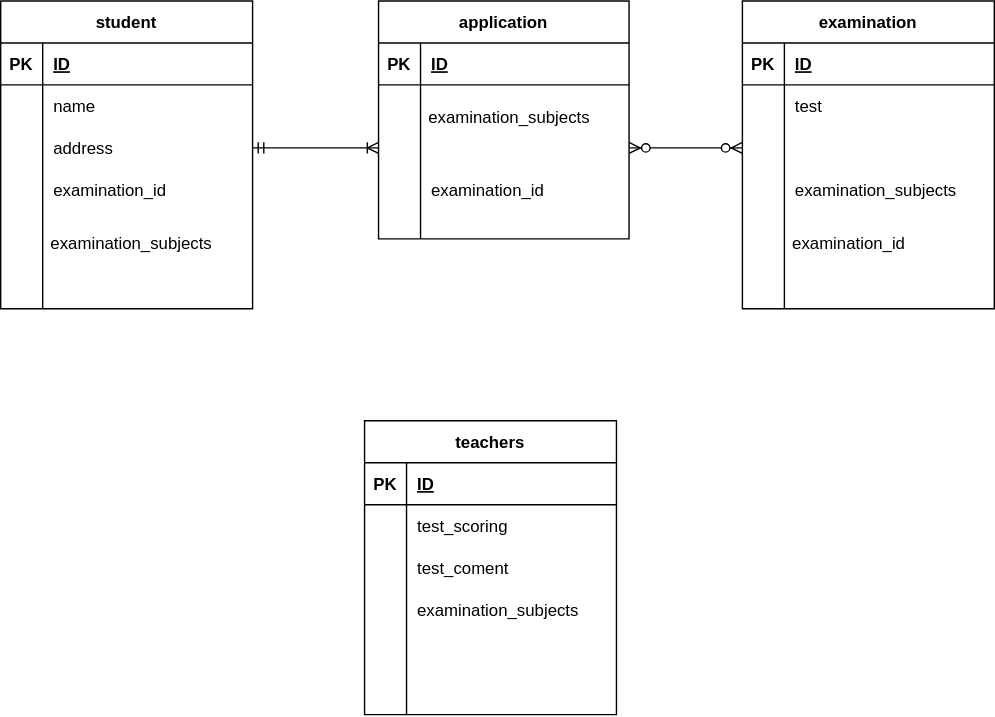
This is index.drawio.svg from kayo57/20210925hirayama, a draw.io export, as it was before one commit. Source tidied: cells renumbered, new cells last; positions are measured from the earlier drawing's top-left corner, leaving out a move shared by most shapes.
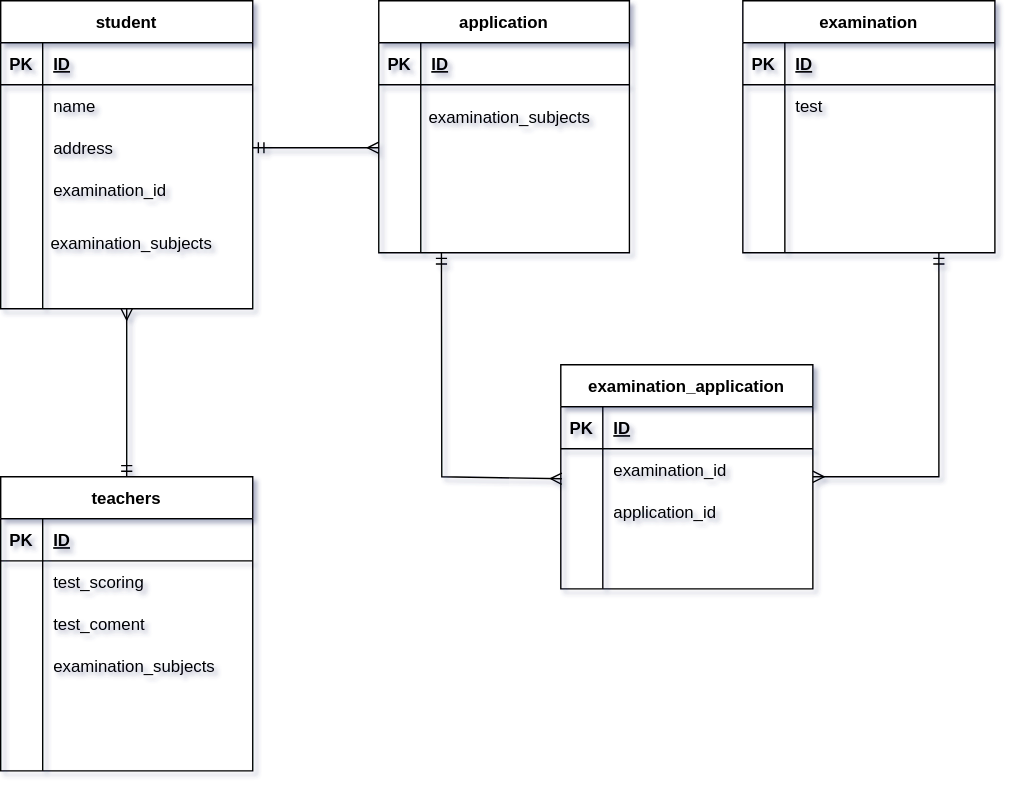
After the commit.

Diff of the diagram source:
```diff
@@ -1,4 +1,4 @@
-<mxGraphModel>
+<mxGraphModel shadow="1">
   <root>
     <mxCell id="0" />
     <mxCell id="1" parent="0" />
@@ -8,6 +8,9 @@
         <mxPoint x="442.5" y="145" as="targetPoint" />
       </mxGeometry>
     </mxCell>
+    <mxCell id="61" style="edgeStyle=none;rounded=0;jettySize=auto;html=1;exitX=0.5;exitY=1;exitDx=0;exitDy=0;startArrow=ERmany;startFill=0;endArrow=ERmandOne;endFill=0;" parent="1" edge="1" source="3" target="29">
+      <mxGeometry relative="1" as="geometry" />
+    </mxCell>
     <mxCell id="3" value="student" style="shape=table;startSize=30;rowLines=0;fontStyle=1;align=center;rounded=0;sketch=0;" parent="1" vertex="1">
       <mxGeometry width="180" height="220" as="geometry" />
     </mxCell>
@@ -47,8 +50,15 @@
     <mxCell id="15" value="examination_id" style="shape=partialRectangle;fillColor=none;top=0;left=0;bottom=0;right=0;align=left;spacingLeft=6;overflow=hidden;" parent="13" vertex="1">
       <mxGeometry x="30" width="150" height="30" as="geometry" />
     </mxCell>
+    <mxCell id="62" style="edgeStyle=none;rounded=0;jettySize=auto;html=1;exitX=0.25;exitY=1;exitDx=0;exitDy=0;entryX=0.004;entryY=0.711;entryDx=0;entryDy=0;entryPerimeter=0;startArrow=ERmandOne;startFill=0;endArrow=ERmany;endFill=0;" parent="1" edge="1" source="16" target="68">
+      <mxGeometry relative="1" as="geometry">
+        <Array as="points">
+          <mxPoint x="315" y="340" />
+        </Array>
+      </mxGeometry>
+    </mxCell>
     <mxCell id="16" value="application" style="shape=table;startSize=30;rowLines=0;fontStyle=1;align=center;rounded=0;sketch=0;" parent="1" vertex="1">
-      <mxGeometry x="270" width="179" height="170" as="geometry" />
+      <mxGeometry x="270" width="179" height="180" as="geometry" />
     </mxCell>
     <mxCell id="17" style="shape=partialRectangle;fillColor=none;top=0;left=0;bottom=1;right=0;" parent="16" vertex="1">
       <mxGeometry y="30" width="179" height="30" as="geometry" />
@@ -83,11 +93,11 @@
     <mxCell id="27" style="shape=partialRectangle;fillColor=none;top=0;left=0;bottom=0;right=0;overflow=hidden;" parent="26" vertex="1">
       <mxGeometry width="30" height="30" as="geometry" />
     </mxCell>
-    <mxCell id="28" value="examination_id" style="shape=partialRectangle;fillColor=none;top=0;left=0;bottom=0;right=0;align=left;spacingLeft=6;overflow=hidden;" parent="26" vertex="1">
+    <mxCell id="28" style="shape=partialRectangle;fillColor=none;top=0;left=0;bottom=0;right=0;align=left;spacingLeft=6;overflow=hidden;" parent="26" vertex="1">
       <mxGeometry x="30" width="149" height="30" as="geometry" />
     </mxCell>
     <mxCell id="29" value="teachers" style="shape=table;startSize=30;rowLines=0;fontStyle=1;align=center;rounded=0;sketch=0;" parent="1" vertex="1">
-      <mxGeometry x="260" y="300" width="180" height="210" as="geometry" />
+      <mxGeometry y="340" width="180" height="210" as="geometry" />
     </mxCell>
     <mxCell id="30" style="shape=partialRectangle;fillColor=none;top=0;left=0;bottom=1;right=0;" parent="29" vertex="1">
       <mxGeometry y="30" width="180" height="30" as="geometry" />
@@ -125,8 +135,16 @@
     <mxCell id="41" value="examination_subjects" style="shape=partialRectangle;fillColor=none;top=0;left=0;bottom=0;right=0;align=left;spacingLeft=6;overflow=hidden;" parent="39" vertex="1">
       <mxGeometry x="30" width="150" height="30" as="geometry" />
     </mxCell>
+    <mxCell id="63" style="edgeStyle=none;rounded=0;jettySize=auto;html=1;entryX=1;entryY=0.5;entryDx=0;entryDy=0;startArrow=ERmandOne;startFill=0;endArrow=ERmany;endFill=0;" parent="1" edge="1" target="64">
+      <mxGeometry relative="1" as="geometry">
+        <mxPoint x="670" y="180" as="sourcePoint" />
+        <Array as="points">
+          <mxPoint x="670" y="340" />
+        </Array>
+      </mxGeometry>
+    </mxCell>
     <mxCell id="42" value="examination" style="shape=table;startSize=30;rowLines=0;fontStyle=1;align=center;rounded=0;sketch=0;" parent="1" vertex="1">
-      <mxGeometry x="530" width="180" height="220" as="geometry" />
+      <mxGeometry x="530" width="180" height="180" as="geometry" />
     </mxCell>
     <mxCell id="43" style="shape=partialRectangle;fillColor=none;top=0;left=0;bottom=1;right=0;" parent="42" vertex="1">
       <mxGeometry y="30" width="180" height="30" as="geometry" />
@@ -161,7 +179,7 @@
     <mxCell id="53" style="shape=partialRectangle;fillColor=none;top=0;left=0;bottom=0;right=0;overflow=hidden;" parent="52" vertex="1">
       <mxGeometry width="30" height="30" as="geometry" />
     </mxCell>
-    <mxCell id="54" value="examination_subjects" style="shape=partialRectangle;fillColor=none;top=0;left=0;bottom=0;right=0;align=left;spacingLeft=6;overflow=hidden;" parent="52" vertex="1">
+    <mxCell id="54" style="shape=partialRectangle;fillColor=none;top=0;left=0;bottom=0;right=0;align=left;spacingLeft=6;overflow=hidden;" parent="52" vertex="1">
       <mxGeometry x="30" width="150" height="30" as="geometry" />
     </mxCell>
     <mxCell id="55" value="examination_subjects" style="text;strokeColor=none;fillColor=none;spacingLeft=4;spacingRight=4;overflow=hidden;fontSize=12;rounded=0;sketch=0;" parent="1" vertex="1">
@@ -173,14 +191,47 @@
     <mxCell id="57" value="&lt;br&gt;" style="text;html=1;align=center;verticalAlign=middle;strokeColor=none;" parent="1" vertex="1">
       <mxGeometry x="570" y="150" width="20" height="20" as="geometry" />
     </mxCell>
+    <mxCell id="59" style="edgeStyle=none;rounded=1;sketch=0;jettySize=auto;html=1;exitX=0;exitY=0.5;exitDx=0;exitDy=0;entryX=1;entryY=0.5;entryDx=0;entryDy=0;startArrow=ERmany;startFill=0;endArrow=ERmandOne;endFill=0;targetPerimeterSpacing=1;" parent="1" edge="1" source="23" target="10">
+      <mxGeometry relative="1" as="geometry" />
+    </mxCell>
+    <mxCell id="64" value="examination_application" style="shape=table;startSize=30;rowLines=0;fontStyle=1;align=center;" parent="1" vertex="1">
+      <mxGeometry x="400" y="260" width="180" height="160" as="geometry" />
+    </mxCell>
+    <mxCell id="65" style="shape=partialRectangle;fillColor=none;top=0;left=0;bottom=1;right=0;" parent="64" vertex="1">
+      <mxGeometry y="30" width="180" height="30" as="geometry" />
+    </mxCell>
+    <mxCell id="66" value="PK" style="shape=partialRectangle;fillColor=none;top=0;left=0;bottom=0;right=0;fontStyle=1;overflow=hidden;" parent="65" vertex="1">
+      <mxGeometry width="30" height="30" as="geometry" />
+    </mxCell>
+    <mxCell id="67" value="ID" style="shape=partialRectangle;fillColor=none;top=0;left=0;bottom=0;right=0;align=left;spacingLeft=6;fontStyle=5;overflow=hidden;" parent="65" vertex="1">
+      <mxGeometry x="30" width="150" height="30" as="geometry" />
+    </mxCell>
+    <mxCell id="68" style="shape=partialRectangle;fillColor=none;top=0;left=0;bottom=0;right=0;points=[[0,0.5],[1,0.5]];portConstraint=eastwest;" parent="64" vertex="1">
+      <mxGeometry y="60" width="180" height="30" as="geometry" />
+    </mxCell>
+    <mxCell id="69" style="shape=partialRectangle;fillColor=none;top=0;left=0;bottom=0;right=0;overflow=hidden;" parent="68" vertex="1">
+      <mxGeometry width="30" height="30" as="geometry" />
+    </mxCell>
-    <mxCell id="58" value="examination_id" style="text;strokeColor=none;fillColor=none;spacingLeft=4;spacingRight=4;overflow=hidden;fontSize=12;rounded=0;sketch=0;" parent="1" vertex="1">
-      <mxGeometry x="560" y="160" width="140" height="30" as="geometry" />
+    <mxCell id="58" value="examination_id" style="shape=partialRectangle;fillColor=none;top=0;left=0;bottom=0;right=0;align=left;spacingLeft=6;overflow=hidden;" parent="68" vertex="1">
+      <mxGeometry x="30" width="150" height="30" as="geometry" />
     </mxCell>
-    <mxCell id="59" style="edgeStyle=none;rounded=1;sketch=0;jettySize=auto;html=1;exitX=0;exitY=0.5;exitDx=0;exitDy=0;entryX=1;entryY=0.5;entryDx=0;entryDy=0;startArrow=ERoneToMany;startFill=0;endArrow=ERmandOne;endFill=0;targetPerimeterSpacing=1;" parent="1" edge="1" source="23" target="10">
-      <mxGeometry relative="1" as="geometry" />
-    </mxCell>
-    <mxCell id="60" style="edgeStyle=orthogonalEdgeStyle;curved=0;rounded=1;sketch=0;jettySize=auto;html=1;exitX=1;exitY=0.5;exitDx=0;exitDy=0;entryX=0;entryY=0.5;entryDx=0;entryDy=0;endArrow=ERzeroToMany;endFill=1;startArrow=ERzeroToMany;startFill=1;" parent="1" edge="1" source="23" target="49">
-      <mxGeometry relative="1" as="geometry" />
-    </mxCell>
+    <mxCell id="70" style="shape=partialRectangle;fillColor=none;top=0;left=0;bottom=0;right=0;" parent="64" vertex="1">
+      <mxGeometry y="90" width="180" height="30" as="geometry" />
+    </mxCell>
+    <mxCell id="71" style="shape=partialRectangle;fillColor=none;top=0;left=0;bottom=0;right=0;overflow=hidden;" parent="70" vertex="1">
+      <mxGeometry width="30" height="30" as="geometry" />
+    </mxCell>
+    <mxCell id="72" value="application_id" style="shape=partialRectangle;fillColor=none;top=0;left=0;bottom=0;right=0;align=left;spacingLeft=6;overflow=hidden;" parent="70" vertex="1">
+      <mxGeometry x="30" width="150" height="30" as="geometry" />
+    </mxCell>
+    <mxCell id="73" style="shape=partialRectangle;fillColor=none;top=0;left=0;bottom=0;right=0;" parent="64" vertex="1">
+      <mxGeometry y="120" width="180" height="30" as="geometry" />
+    </mxCell>
+    <mxCell id="74" style="shape=partialRectangle;fillColor=none;top=0;left=0;bottom=0;right=0;overflow=hidden;" parent="73" vertex="1">
+      <mxGeometry width="30" height="30" as="geometry" />
+    </mxCell>
+    <mxCell id="75" style="shape=partialRectangle;fillColor=none;top=0;left=0;bottom=0;right=0;align=left;spacingLeft=6;overflow=hidden;" parent="73" vertex="1">
+      <mxGeometry x="30" width="150" height="30" as="geometry" />
+    </mxCell>
   </root>
 </mxGraphModel>
```
